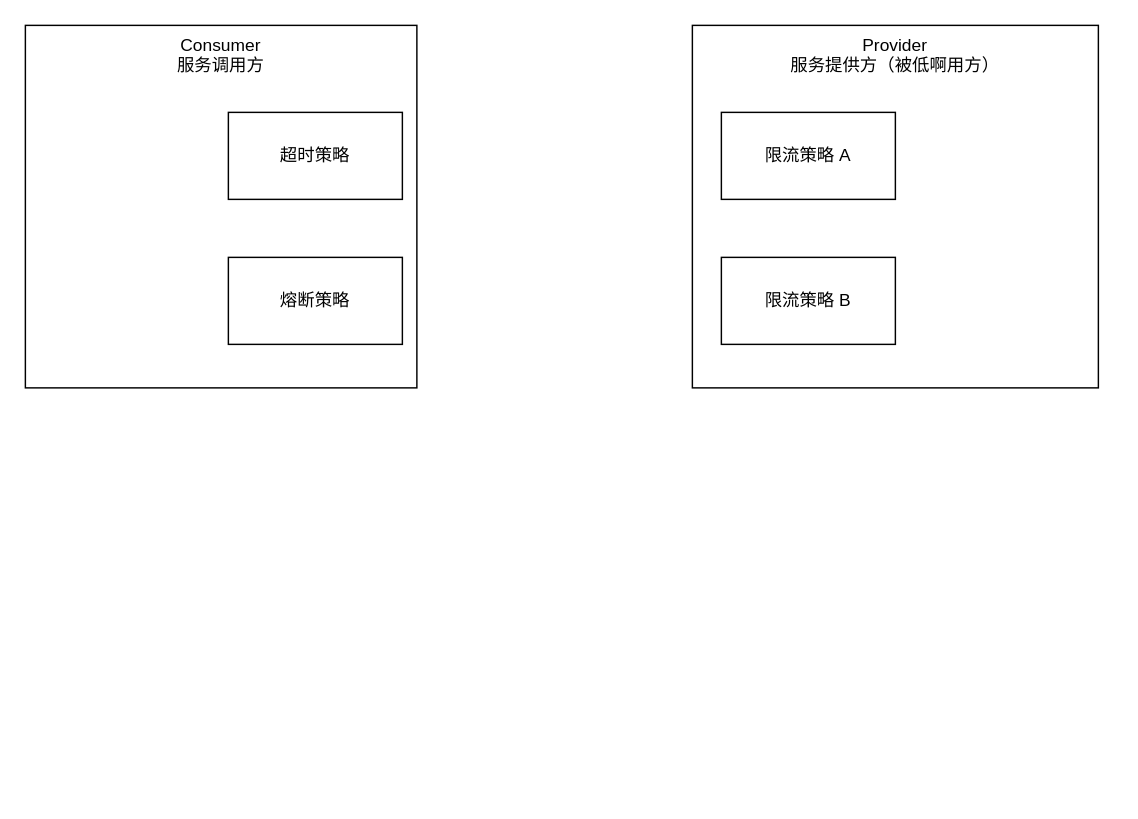
catface996/images keeps this draw.io diagram as 熔断、超时、限流和降级.drawio. Above is the earlier version. Source tidied: cells renumbered, new cells numbered last; positions are measured from the earlier drawing's top-left corner, leaving out a move shared by most shapes. Both pictures are drawn from the tidied source at 145%, with x=0, y=0 at pixel (25, 25).
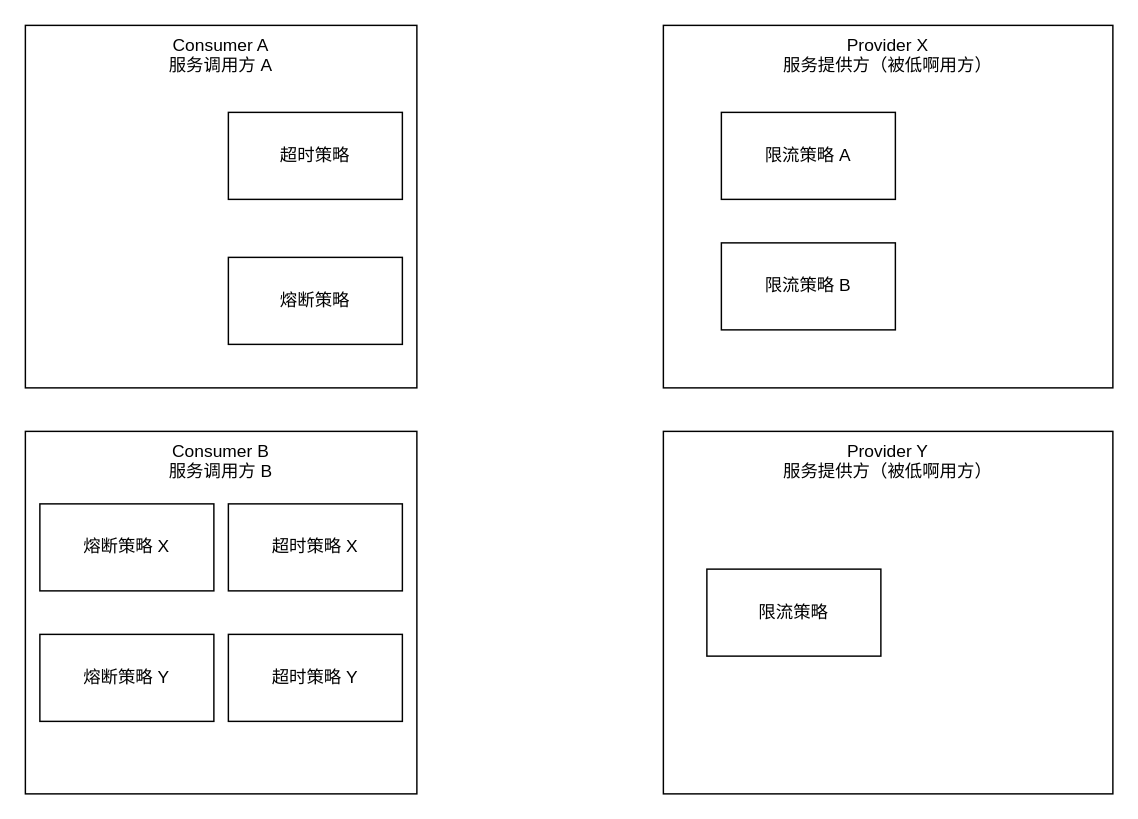
The same diagram, later.

Commit message:
更新熔断、超时、限流和降级.drawio

Diff of the diagram source:
```diff
@@
 <mxGraphModel>
   <root>
     <mxCell id="0" />
     <mxCell id="1" parent="0" />
-    <mxCell id="2" value="Consumer&lt;br&gt;服务调用方" style="rounded=0;whiteSpace=wrap;html=1;verticalAlign=top;" parent="1" vertex="1">
+    <mxCell id="2" value="Consumer A&lt;br&gt;服务调用方 A" style="rounded=0;whiteSpace=wrap;html=1;verticalAlign=top;" parent="1" vertex="1">
       <mxGeometry width="270" height="250" as="geometry" />
     </mxCell>
-    <mxCell id="3" value="Provider&lt;br&gt;服务提供方（被低啊用方）" style="rounded=0;whiteSpace=wrap;html=1;verticalAlign=top;" parent="1" vertex="1">
-      <mxGeometry x="460" width="280" height="250" as="geometry" />
+    <mxCell id="3" value="Provider X&lt;br&gt;服务提供方（被低啊用方）" style="rounded=0;whiteSpace=wrap;html=1;verticalAlign=top;" parent="1" vertex="1">
+      <mxGeometry x="440" width="310" height="250" as="geometry" />
     </mxCell>
     <mxCell id="4" value="超时策略" style="rounded=0;whiteSpace=wrap;html=1;" parent="1" vertex="1">
       <mxGeometry x="140" y="60" width="120" height="60" as="geometry" />
     </mxCell>
     <mxCell id="5" value="熔断策略" style="rounded=0;whiteSpace=wrap;html=1;" parent="1" vertex="1">
       <mxGeometry x="140" y="160" width="120" height="60" as="geometry" />
     </mxCell>
     <mxCell id="6" value="限流策略 A" style="rounded=0;whiteSpace=wrap;html=1;" parent="1" vertex="1">
       <mxGeometry x="480" y="60" width="120" height="60" as="geometry" />
     </mxCell>
     <mxCell id="7" value="限流策略 B" style="rounded=0;whiteSpace=wrap;html=1;" parent="1" vertex="1">
-      <mxGeometry x="480" y="160" width="120" height="60" as="geometry" />
+      <mxGeometry x="480" y="150" width="120" height="60" as="geometry" />
     </mxCell>
+    <mxCell id="8" value="Consumer B&lt;br&gt;服务调用方 B" style="rounded=0;whiteSpace=wrap;html=1;verticalAlign=top;" parent="1" vertex="1">
+      <mxGeometry y="280" width="270" height="250" as="geometry" />
+    </mxCell>
+    <mxCell id="9" value="超时策略 X" style="rounded=0;whiteSpace=wrap;html=1;" parent="1" vertex="1">
+      <mxGeometry x="140" y="330" width="120" height="60" as="geometry" />
+    </mxCell>
+    <mxCell id="10" value="熔断策略 X" style="rounded=0;whiteSpace=wrap;html=1;" parent="1" vertex="1">
+      <mxGeometry x="10" y="330" width="120" height="60" as="geometry" />
+    </mxCell>
+    <mxCell id="11" value="Provider Y&lt;br&gt;服务提供方（被低啊用方）" style="rounded=0;whiteSpace=wrap;html=1;verticalAlign=top;" parent="1" vertex="1">
+      <mxGeometry x="440" y="280" width="310" height="250" as="geometry" />
+    </mxCell>
+    <mxCell id="12" value="限流策略" style="rounded=0;whiteSpace=wrap;html=1;" parent="1" vertex="1">
+      <mxGeometry x="470" y="375" width="120" height="60" as="geometry" />
+    </mxCell>
+    <mxCell id="13" value="超时策略 Y" style="rounded=0;whiteSpace=wrap;html=1;" parent="1" vertex="1">
+      <mxGeometry x="140" y="420" width="120" height="60" as="geometry" />
+    </mxCell>
+    <mxCell id="14" value="熔断策略 Y" style="rounded=0;whiteSpace=wrap;html=1;" parent="1" vertex="1">
+      <mxGeometry x="10" y="420" width="120" height="60" as="geometry" />
+    </mxCell>
   </root>
 </mxGraphModel>
```
